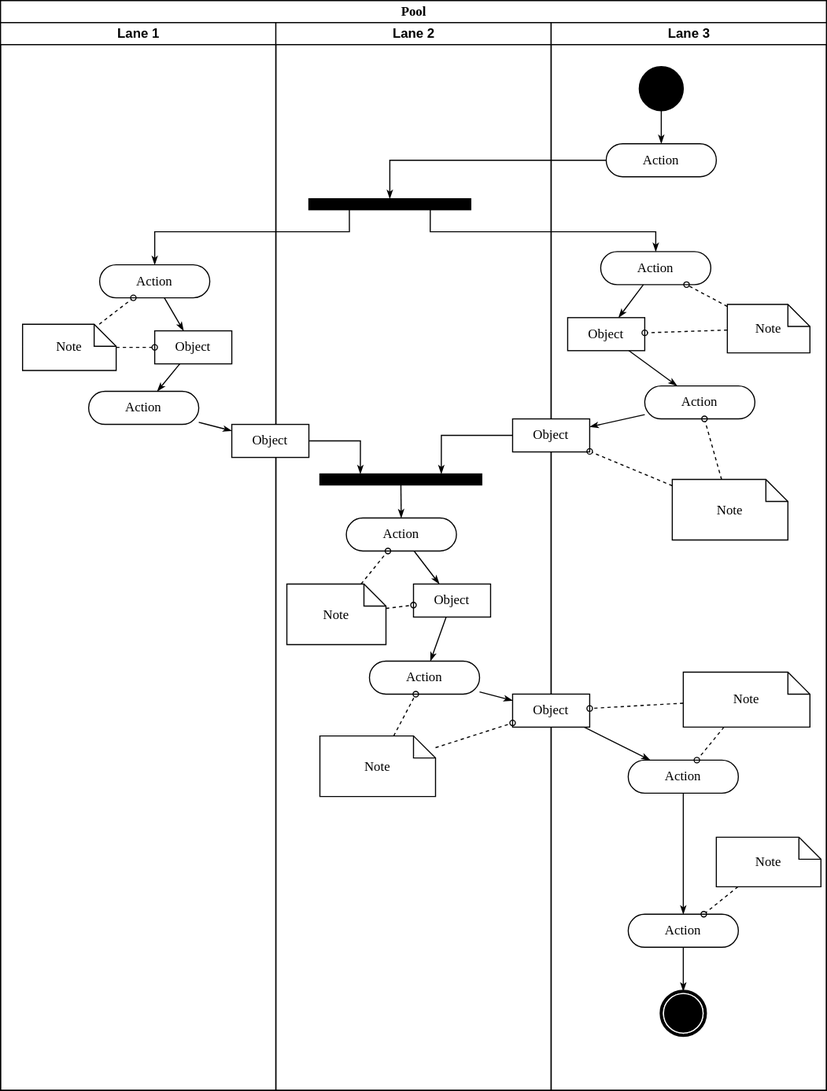
Earlier version of the draw.io export 未命名绘图.drawio.svg (Scorpio-nan/draw-io-workspace). Source tidied: cells renumbered, new cells last; positions are measured from the earlier drawing's top-left corner, leaving out a move shared by most shapes.
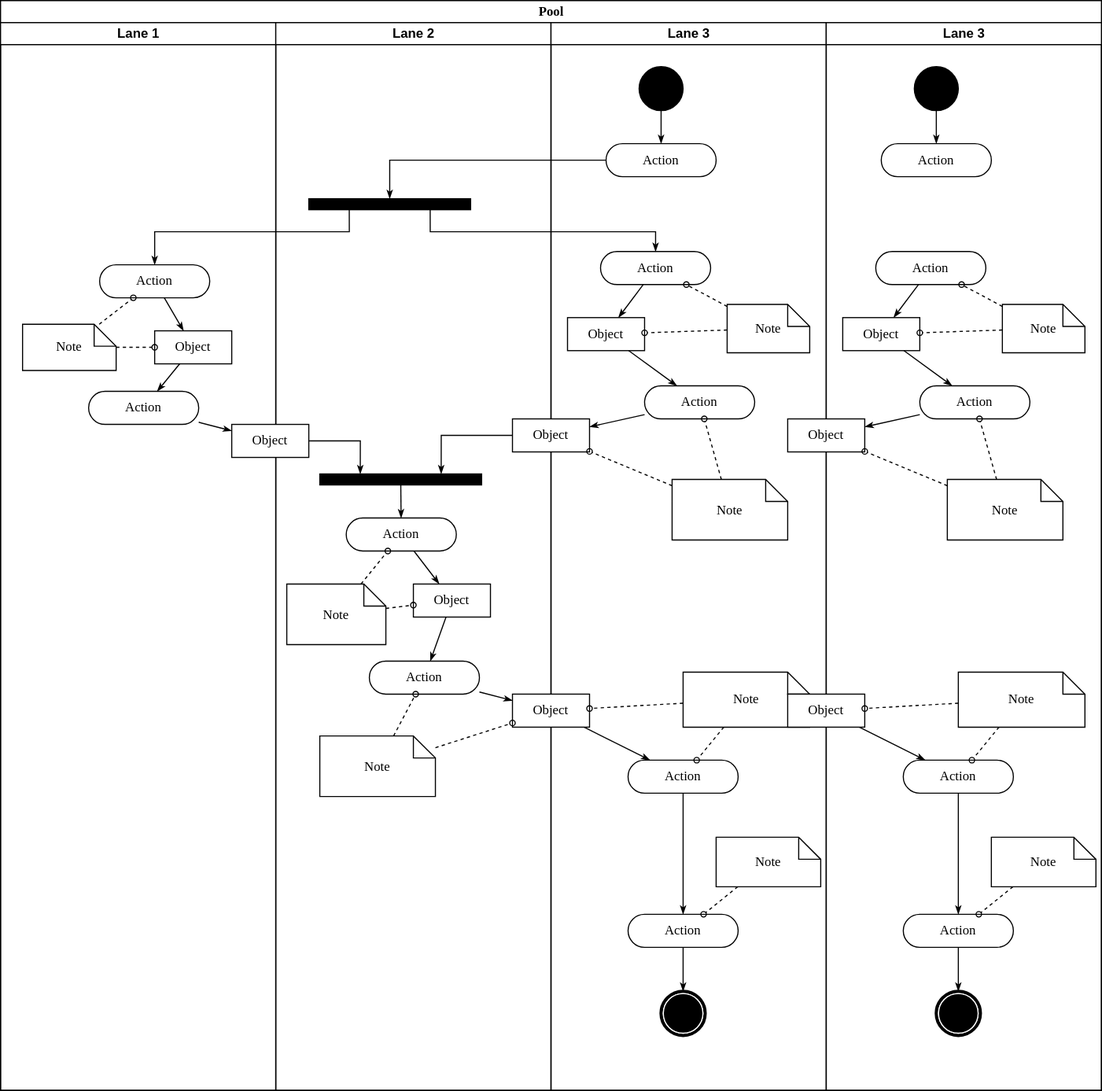
The same file after the commit.

Commit message:
H5网络投流入口.svg

Change to the diagram source:
```diff
@@ -3,7 +3,7 @@
     <mxCell id="0" />
     <mxCell id="1" parent="0" />
     <mxCell id="2" value="Pool" style="swimlane;html=1;startSize=20;rounded=0;shadow=0;comic=0;labelBackgroundColor=none;strokeWidth=1;fontFamily=Verdana;fontSize=12;align=center;" parent="1" vertex="1">
-      <mxGeometry width="750" height="990" as="geometry" />
+      <mxGeometry width="1000" height="990" as="geometry" />
     </mxCell>
     <mxCell id="3" value="Lane 1" style="swimlane;html=1;startSize=20;" parent="2" vertex="1">
       <mxGeometry y="20" width="250" height="970" as="geometry" />
@@ -202,5 +202,92 @@
     <mxCell id="63" style="edgeStyle=none;rounded=0;html=1;dashed=1;labelBackgroundColor=none;startArrow=none;startFill=0;startSize=5;endArrow=oval;endFill=0;endSize=5;jettySize=auto;strokeWidth=1;fontFamily=Verdana;fontSize=12;" parent="2" edge="1" source="27" target="40">
       <mxGeometry relative="1" as="geometry" />
     </mxCell>
+    <mxCell id="64" value="Lane 3" style="swimlane;html=1;startSize=20;" parent="1" vertex="1">
+      <mxGeometry x="750" y="20" width="250" height="970" as="geometry" />
+    </mxCell>
+    <mxCell id="65" style="edgeStyle=orthogonalEdgeStyle;rounded=0;html=1;labelBackgroundColor=none;startArrow=none;startFill=0;startSize=5;endArrow=classicThin;endFill=1;endSize=5;jettySize=auto;strokeWidth=1;fontFamily=Verdana;fontSize=12;" parent="64" edge="1" source="66" target="67">
+      <mxGeometry relative="1" as="geometry" />
+    </mxCell>
+    <mxCell id="66" style="ellipse;whiteSpace=wrap;html=1;rounded=0;shadow=0;comic=0;labelBackgroundColor=none;strokeWidth=1;fillColor=#000000;fontFamily=Verdana;fontSize=12;align=center;" parent="64" vertex="1">
+      <mxGeometry x="80" y="40" width="40" height="40" as="geometry" />
+    </mxCell>
+    <mxCell id="67" value="Action" style="rounded=1;whiteSpace=wrap;html=1;shadow=0;comic=0;labelBackgroundColor=none;strokeWidth=1;fontFamily=Verdana;fontSize=12;align=center;arcSize=50;" parent="64" vertex="1">
+      <mxGeometry x="50" y="110" width="100" height="30" as="geometry" />
+    </mxCell>
+    <mxCell id="68" style="rounded=0;html=1;labelBackgroundColor=none;startArrow=none;startFill=0;startSize=5;endArrow=classicThin;endFill=1;endSize=5;jettySize=auto;strokeWidth=1;fontFamily=Verdana;fontSize=12;" parent="64" edge="1" source="69" target="73">
+      <mxGeometry relative="1" as="geometry" />
+    </mxCell>
+    <mxCell id="69" value="Action" style="rounded=1;whiteSpace=wrap;html=1;shadow=0;comic=0;labelBackgroundColor=none;strokeWidth=1;fontFamily=Verdana;fontSize=12;align=center;arcSize=50;" parent="64" vertex="1">
+      <mxGeometry x="45" y="208" width="100" height="30" as="geometry" />
+    </mxCell>
+    <mxCell id="70" style="edgeStyle=none;rounded=0;html=1;labelBackgroundColor=none;startArrow=none;startFill=0;startSize=5;endArrow=classicThin;endFill=1;endSize=5;jettySize=auto;strokeWidth=1;fontFamily=Verdana;fontSize=12;" parent="64" edge="1" source="71" target="74">
+      <mxGeometry relative="1" as="geometry" />
+    </mxCell>
+    <mxCell id="71" value="Action" style="rounded=1;whiteSpace=wrap;html=1;shadow=0;comic=0;labelBackgroundColor=none;strokeWidth=1;fontFamily=Verdana;fontSize=12;align=center;arcSize=50;" parent="64" vertex="1">
+      <mxGeometry x="85" y="330" width="100" height="30" as="geometry" />
+    </mxCell>
+    <mxCell id="72" style="edgeStyle=none;rounded=0;html=1;labelBackgroundColor=none;startArrow=none;startFill=0;startSize=5;endArrow=classicThin;endFill=1;endSize=5;jettySize=auto;strokeWidth=1;fontFamily=Verdana;fontSize=12;" parent="64" edge="1" source="73" target="71">
+      <mxGeometry relative="1" as="geometry" />
+    </mxCell>
+    <mxCell id="73" value="Object" style="rounded=0;whiteSpace=wrap;html=1;shadow=0;comic=0;labelBackgroundColor=none;strokeWidth=1;fontFamily=Verdana;fontSize=12;align=center;arcSize=50;" parent="64" vertex="1">
+      <mxGeometry x="15" y="268" width="70" height="30" as="geometry" />
+    </mxCell>
+    <mxCell id="74" value="Object" style="rounded=0;whiteSpace=wrap;html=1;shadow=0;comic=0;labelBackgroundColor=none;strokeWidth=1;fontFamily=Verdana;fontSize=12;align=center;arcSize=50;" parent="64" vertex="1">
+      <mxGeometry x="-35" y="360" width="70" height="30" as="geometry" />
+    </mxCell>
+    <mxCell id="75" style="edgeStyle=none;rounded=0;html=1;labelBackgroundColor=none;startArrow=none;startFill=0;startSize=5;endArrow=classicThin;endFill=1;endSize=5;jettySize=auto;strokeWidth=1;fontFamily=Verdana;fontSize=12;" parent="64" edge="1" source="76" target="78">
+      <mxGeometry relative="1" as="geometry" />
+    </mxCell>
+    <mxCell id="76" value="Object" style="rounded=0;whiteSpace=wrap;html=1;shadow=0;comic=0;labelBackgroundColor=none;strokeWidth=1;fontFamily=Verdana;fontSize=12;align=center;arcSize=50;" parent="64" vertex="1">
+      <mxGeometry x="-35" y="610" width="70" height="30" as="geometry" />
+    </mxCell>
+    <mxCell id="77" style="edgeStyle=none;rounded=0;html=1;labelBackgroundColor=none;startArrow=none;startFill=0;startSize=5;endArrow=classicThin;endFill=1;endSize=5;jettySize=auto;strokeWidth=1;fontFamily=Verdana;fontSize=12;" parent="64" edge="1" source="78" target="80">
+      <mxGeometry relative="1" as="geometry" />
+    </mxCell>
+    <mxCell id="78" value="Action" style="rounded=1;whiteSpace=wrap;html=1;shadow=0;comic=0;labelBackgroundColor=none;strokeWidth=1;fontFamily=Verdana;fontSize=12;align=center;arcSize=50;" parent="64" vertex="1">
+      <mxGeometry x="70" y="670" width="100" height="30" as="geometry" />
+    </mxCell>
+    <mxCell id="79" style="edgeStyle=none;rounded=0;html=1;labelBackgroundColor=none;startArrow=none;startFill=0;startSize=5;endArrow=classicThin;endFill=1;endSize=5;jettySize=auto;strokeWidth=1;fontFamily=Verdana;fontSize=12;" parent="64" edge="1" source="80" target="81">
+      <mxGeometry relative="1" as="geometry" />
+    </mxCell>
+    <mxCell id="80" value="Action" style="rounded=1;whiteSpace=wrap;html=1;shadow=0;comic=0;labelBackgroundColor=none;strokeWidth=1;fontFamily=Verdana;fontSize=12;align=center;arcSize=50;" parent="64" vertex="1">
+      <mxGeometry x="70" y="810" width="100" height="30" as="geometry" />
+    </mxCell>
+    <mxCell id="81" style="shape=mxgraph.bpmn.shape;html=1;verticalLabelPosition=bottom;labelBackgroundColor=#ffffff;verticalAlign=top;perimeter=ellipsePerimeter;outline=end;symbol=terminate;rounded=0;shadow=0;comic=0;strokeWidth=1;fontFamily=Verdana;fontSize=12;align=center;" parent="64" vertex="1">
+      <mxGeometry x="100" y="880" width="40" height="40" as="geometry" />
+    </mxCell>
+    <mxCell id="82" style="edgeStyle=none;rounded=0;html=1;dashed=1;labelBackgroundColor=none;startArrow=none;startFill=0;startSize=5;endArrow=oval;endFill=0;endSize=5;jettySize=auto;strokeWidth=1;fontFamily=Verdana;fontSize=12;" parent="64" edge="1" source="84" target="69">
+      <mxGeometry relative="1" as="geometry" />
+    </mxCell>
+    <mxCell id="83" style="edgeStyle=none;rounded=0;html=1;dashed=1;labelBackgroundColor=none;startArrow=none;startFill=0;startSize=5;endArrow=oval;endFill=0;endSize=5;jettySize=auto;strokeWidth=1;fontFamily=Verdana;fontSize=12;" parent="64" edge="1" source="84" target="73">
+      <mxGeometry relative="1" as="geometry" />
+    </mxCell>
+    <mxCell id="84" value="Note" style="shape=note;whiteSpace=wrap;html=1;rounded=0;shadow=0;comic=0;labelBackgroundColor=none;strokeWidth=1;fontFamily=Verdana;fontSize=12;align=center;size=20;" parent="64" vertex="1">
+      <mxGeometry x="160" y="256" width="75" height="44" as="geometry" />
+    </mxCell>
+    <mxCell id="85" style="edgeStyle=none;rounded=0;html=1;dashed=1;labelBackgroundColor=none;startArrow=none;startFill=0;startSize=5;endArrow=oval;endFill=0;endSize=5;jettySize=auto;strokeWidth=1;fontFamily=Verdana;fontSize=12;" parent="64" edge="1" source="87" target="71">
+      <mxGeometry relative="1" as="geometry" />
+    </mxCell>
+    <mxCell id="86" style="edgeStyle=none;rounded=0;html=1;dashed=1;labelBackgroundColor=none;startArrow=none;startFill=0;startSize=5;endArrow=oval;endFill=0;endSize=5;jettySize=auto;strokeWidth=1;fontFamily=Verdana;fontSize=12;" parent="64" edge="1" source="87" target="74">
+      <mxGeometry relative="1" as="geometry" />
+    </mxCell>
+    <mxCell id="87" value="Note" style="shape=note;whiteSpace=wrap;html=1;rounded=0;shadow=0;comic=0;labelBackgroundColor=none;strokeWidth=1;fontFamily=Verdana;fontSize=12;align=center;size=20;" parent="64" vertex="1">
+      <mxGeometry x="110" y="415" width="105" height="55" as="geometry" />
+    </mxCell>
+    <mxCell id="88" style="edgeStyle=none;rounded=0;html=1;dashed=1;labelBackgroundColor=none;startArrow=none;startFill=0;startSize=5;endArrow=oval;endFill=0;endSize=5;jettySize=auto;strokeWidth=1;fontFamily=Verdana;fontSize=12;" parent="64" edge="1" source="90" target="78">
+      <mxGeometry relative="1" as="geometry" />
+    </mxCell>
+    <mxCell id="89" style="edgeStyle=none;rounded=0;html=1;dashed=1;labelBackgroundColor=none;startArrow=none;startFill=0;startSize=5;endArrow=oval;endFill=0;endSize=5;jettySize=auto;strokeWidth=1;fontFamily=Verdana;fontSize=12;" parent="64" edge="1" source="90" target="76">
+      <mxGeometry relative="1" as="geometry" />
+    </mxCell>
+    <mxCell id="90" value="Note" style="shape=note;whiteSpace=wrap;html=1;rounded=0;shadow=0;comic=0;labelBackgroundColor=none;strokeWidth=1;fontFamily=Verdana;fontSize=12;align=center;size=20;" parent="64" vertex="1">
+      <mxGeometry x="120" y="590" width="115" height="50" as="geometry" />
+    </mxCell>
+    <mxCell id="91" style="edgeStyle=none;rounded=0;html=1;dashed=1;labelBackgroundColor=none;startArrow=none;startFill=0;startSize=5;endArrow=oval;endFill=0;endSize=5;jettySize=auto;strokeWidth=1;fontFamily=Verdana;fontSize=12;" parent="64" edge="1" source="92" target="80">
+      <mxGeometry relative="1" as="geometry" />
+    </mxCell>
+    <mxCell id="92" value="Note" style="shape=note;whiteSpace=wrap;html=1;rounded=0;shadow=0;comic=0;labelBackgroundColor=none;strokeWidth=1;fontFamily=Verdana;fontSize=12;align=center;size=20;" parent="64" vertex="1">
+      <mxGeometry x="150" y="740" width="95" height="45" as="geometry" />
+    </mxCell>
   </root>
 </mxGraphModel>
```
